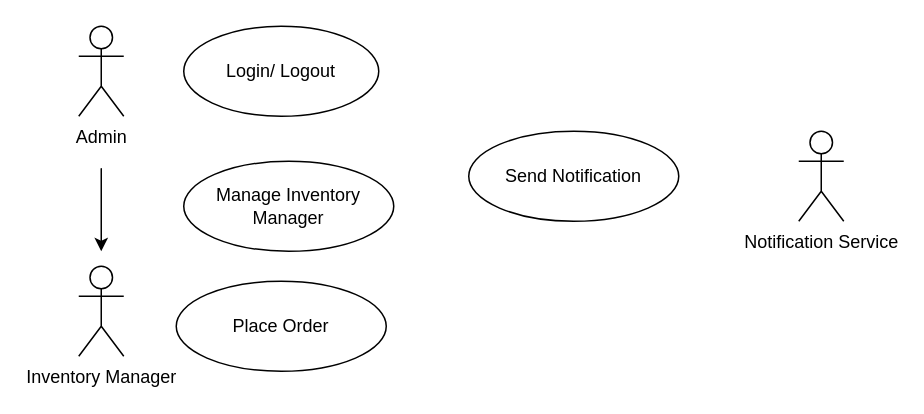
The draw.io diagram Untitled Diagram.drawio in apoorv-agrawal91/Apoorv, before the edit. Source tidied: cells renumbered, new cells numbered last; positions are measured from the earlier drawing's top-left corner, leaving out a move shared by most shapes. Both pictures are drawn from the tidied source at 150%, with x=0, y=0 at pixel (78, 26).
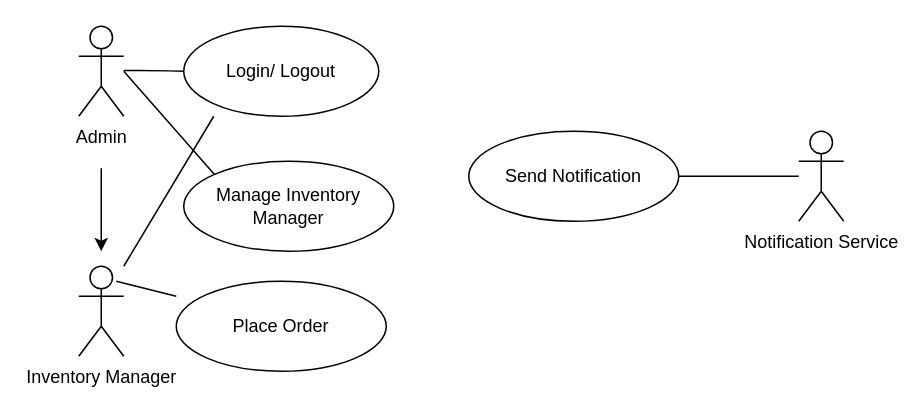
After the change.

Unchanged cells that the change refers to:
```xml
<mxCell id="7" value="Manage Inventory&lt;br&gt;Manager" style="ellipse;whiteSpace=wrap;html=1;" parent="1" vertex="1">
  <mxGeometry x="70" y="90" width="140" height="60" as="geometry" />
</mxCell>
<mxCell id="9" value="Send Notification" style="ellipse;whiteSpace=wrap;html=1;" parent="1" vertex="1">
  <mxGeometry x="260" y="70" width="140" height="60" as="geometry" />
</mxCell>
```

What changed in the source:
```diff
@@
+    <mxCell id="10" style="endArrow=none;html=1;" parent="1" edge="1">
+      <mxGeometry relative="1" as="geometry">
+        <mxPoint x="30" y="29.5" as="sourcePoint" />
+        <mxPoint x="70" y="30" as="targetPoint" />
+        <Array as="points">
+          <mxPoint x="50" y="29.5" />
+        </Array>
+      </mxGeometry>
+    </mxCell>
+    <mxCell id="11" style="endArrow=none;html=1;" parent="1" edge="1">
+      <mxGeometry relative="1" as="geometry">
+        <mxPoint x="30" y="160" as="sourcePoint" />
+        <mxPoint x="90" y="60" as="targetPoint" />
+      </mxGeometry>
+    </mxCell>
+    <mxCell id="12" style="endArrow=none;html=1;" parent="1" edge="1">
+      <mxGeometry relative="1" as="geometry">
+        <mxPoint x="25" y="170" as="sourcePoint" />
+        <mxPoint x="65" y="180" as="targetPoint" />
+      </mxGeometry>
+    </mxCell>
+    <mxCell id="13" style="endArrow=none;html=1;entryX=0;entryY=0;entryDx=0;entryDy=0;" parent="1" edge="1" target="7">
+      <mxGeometry relative="1" as="geometry">
+        <mxPoint x="30" y="30" as="sourcePoint" />
+      </mxGeometry>
+    </mxCell>
+    <mxCell id="14" style="endArrow=none;html=1;exitX=1;exitY=0.5;exitDx=0;exitDy=0;" parent="1" edge="1" source="9">
+      <mxGeometry relative="1" as="geometry">
+        <mxPoint x="480" y="100" as="targetPoint" />
+      </mxGeometry>
+    </mxCell>
```
